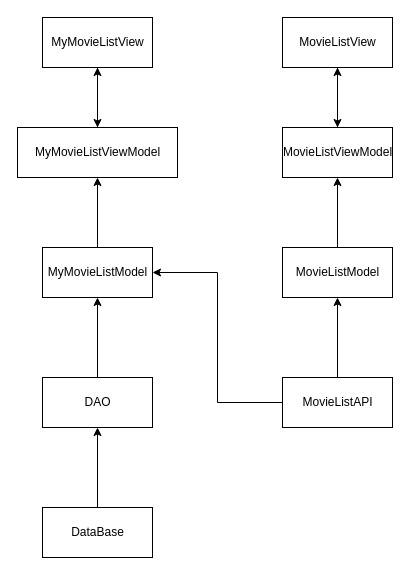
Above: Design/EA/Visão Geral Arquitetural.drawio in RodrigoAguiar0/RaroListaDeFilmes (draw.io), before the change. Source tidied: cells renumbered, new cells numbered last; positions are measured from the earlier drawing's top-left corner, leaving out a move shared by most shapes. Both pictures are drawn from the tidied source at 100%, with x=0, y=0 at pixel (17, 17).
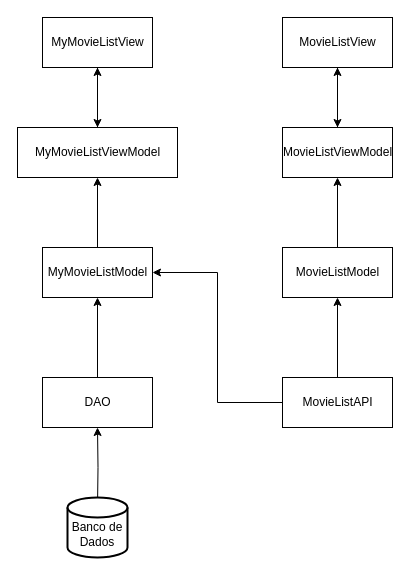
Above is the later version.

Unchanged cells that the change refers to:
```xml
<mxCell id="12" value="DAO" style="html=1;" parent="1" vertex="1">
  <mxGeometry x="25" y="360" width="110" height="50" as="geometry" />
</mxCell>
```

Diff of the diagram source:
```diff
@@
-    <mxCell id="15" style="edgeStyle=orthogonalEdgeStyle;rounded=0;jettySize=auto;html=1;" parent="1" edge="1" source="16" target="12">
-      <mxGeometry relative="1" as="geometry" />
+    <mxCell id="15" style="edgeStyle=orthogonalEdgeStyle;rounded=0;jettySize=auto;html=1;" parent="1" edge="1" target="12">
+      <mxGeometry relative="1" as="geometry">
+        <mxPoint x="80" y="490" as="sourcePoint" />
+      </mxGeometry>
     </mxCell>
-    <mxCell id="16" value="DataBase&lt;br&gt;" style="html=1;" parent="1" vertex="1">
-      <mxGeometry x="25" y="490" width="110" height="50" as="geometry" />
-    </mxCell>
@@
+    <mxCell id="21" value="&lt;br&gt;Banco de Dados" style="strokeWidth=2;html=1;shape=mxgraph.flowchart.database;whiteSpace=wrap;" parent="1" vertex="1">
+      <mxGeometry x="50" y="480" width="60" height="60" as="geometry" />
+    </mxCell>
```
